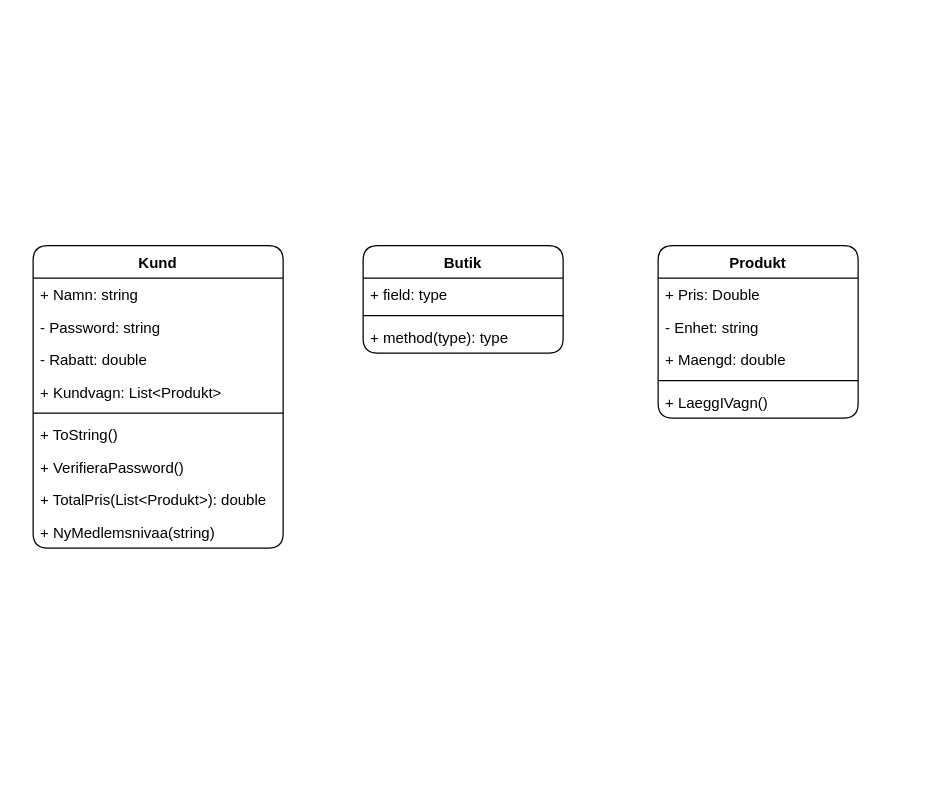
Before: Labb2.drawio in pinkros/Labb2, a draw.io diagram. Source tidied: cells renumbered, new cells numbered last; positions are measured from the earlier drawing's top-left corner, leaving out a move shared by most shapes. Both pictures are drawn from the tidied source at 125%, with x=0, y=0 at pixel (32, 245).
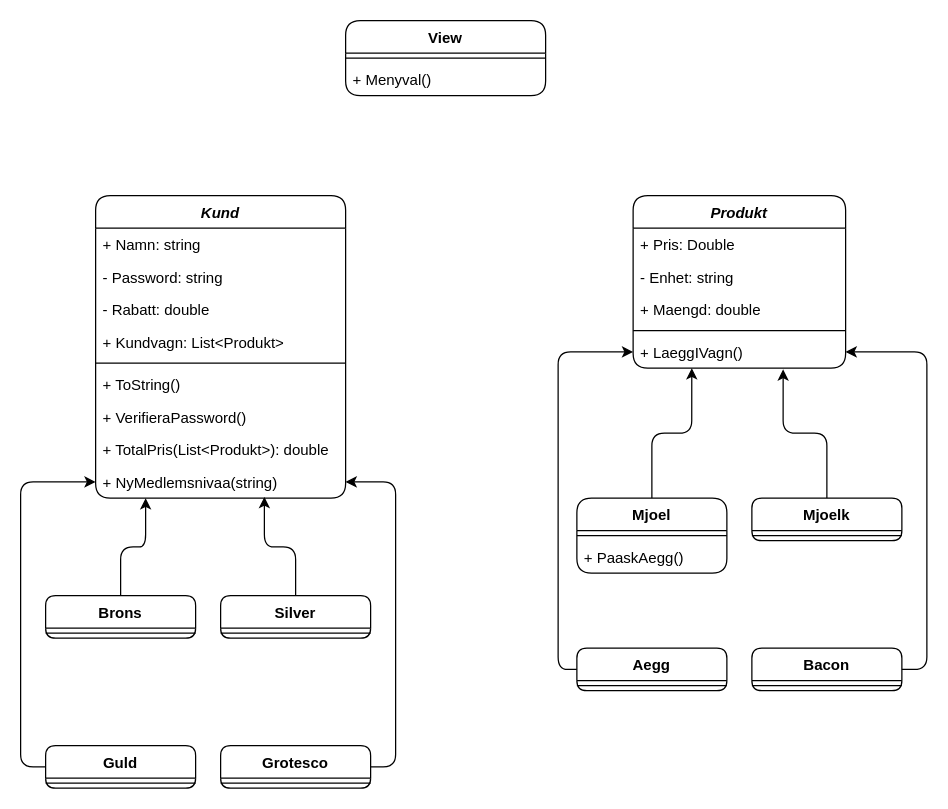
The same page after the edit.

Unchanged cells that the change refers to:
```xml
<mxCell id="21" value="+ NyMedlemsnivaa(string)" style="text;strokeColor=none;fillColor=none;align=left;verticalAlign=top;spacingLeft=4;spacingRight=4;overflow=hidden;points=[[0,0.5],[1,0.5]];portConstraint=eastwest;rounded=1;" parent="12" vertex="1">
  <mxGeometry y="216" width="200" height="26" as="geometry" />
</mxCell>
```

The edit, as a diff of the source:
```diff
@@
-    <mxCell id="2" value="Butik" style="swimlane;fontStyle=1;align=center;verticalAlign=top;horizontal=1;startSize=26;rounded=1;" parent="1" vertex="1">
-      <mxGeometry x="264" width="160" height="86" as="geometry" />
+    <mxCell id="2" value="View" style="swimlane;fontStyle=1;align=center;verticalAlign=top;horizontal=1;startSize=26;rounded=1;" parent="1" vertex="1">
+      <mxGeometry x="250" y="-180" width="160" height="60" as="geometry" />
     </mxCell>
-    <mxCell id="3" value="+ field: type" style="text;strokeColor=none;fillColor=none;align=left;verticalAlign=top;spacingLeft=4;spacingRight=4;overflow=hidden;rounded=1;" parent="2" vertex="1">
-      <mxGeometry y="26" width="160" height="26" as="geometry" />
-    </mxCell>
     <mxCell id="4" style="line;strokeWidth=1;fillColor=none;align=left;verticalAlign=middle;spacingTop=-1;spacingLeft=3;spacingRight=3;labelPosition=right;strokeColor=inherit;rounded=1;" parent="2" vertex="1">
-      <mxGeometry y="52" width="160" height="8" as="geometry" />
+      <mxGeometry y="26" width="160" height="8" as="geometry" />
     </mxCell>
-    <mxCell id="5" value="+ method(type): type" style="text;strokeColor=none;fillColor=none;align=left;verticalAlign=top;spacingLeft=4;spacingRight=4;overflow=hidden;rounded=1;" parent="2" vertex="1">
-      <mxGeometry y="60" width="160" height="26" as="geometry" />
+    <mxCell id="5" value="+ Menyval()" style="text;strokeColor=none;fillColor=none;align=left;verticalAlign=top;spacingLeft=4;spacingRight=4;overflow=hidden;rounded=1;" parent="2" vertex="1">
+      <mxGeometry y="34" width="160" height="26" as="geometry" />
     </mxCell>
-    <mxCell id="6" value="Produkt" style="swimlane;fontStyle=1;align=center;verticalAlign=top;horizontal=1;startSize=26;rounded=1;" parent="1" vertex="1">
-      <mxGeometry x="500" width="160" height="138" as="geometry" />
+    <mxCell id="6" value="Produkt" style="swimlane;fontStyle=3;align=center;verticalAlign=top;horizontal=1;startSize=26;rounded=1;" parent="1" vertex="1">
+      <mxGeometry x="480" y="-40" width="170" height="138" as="geometry" />
     </mxCell>
     <mxCell id="7" value="+ Pris: Double" style="text;strokeColor=none;fillColor=none;align=left;verticalAlign=top;spacingLeft=4;spacingRight=4;overflow=hidden;rounded=1;" parent="6" vertex="1">
-      <mxGeometry y="26" width="160" height="26" as="geometry" />
+      <mxGeometry y="26" width="170" height="26" as="geometry" />
     </mxCell>
     <mxCell id="8" value="- Enhet: string" style="text;strokeColor=none;fillColor=none;align=left;verticalAlign=top;spacingLeft=4;spacingRight=4;overflow=hidden;rounded=1;" parent="6" vertex="1">
-      <mxGeometry y="52" width="160" height="26" as="geometry" />
+      <mxGeometry y="52" width="170" height="26" as="geometry" />
     </mxCell>
     <mxCell id="9" value="+ Maengd: double" style="text;strokeColor=none;fillColor=none;align=left;verticalAlign=top;spacingLeft=4;spacingRight=4;overflow=hidden;rounded=1;" parent="6" vertex="1">
-      <mxGeometry y="78" width="160" height="26" as="geometry" />
+      <mxGeometry y="78" width="170" height="26" as="geometry" />
     </mxCell>
     <mxCell id="10" style="line;strokeWidth=1;fillColor=none;align=left;verticalAlign=middle;spacingTop=-1;spacingLeft=3;spacingRight=3;labelPosition=right;strokeColor=inherit;rounded=1;" parent="6" vertex="1">
-      <mxGeometry y="104" width="160" height="8" as="geometry" />
+      <mxGeometry y="104" width="170" height="8" as="geometry" />
     </mxCell>
     <mxCell id="11" value="+ LaeggIVagn()" style="text;strokeColor=none;fillColor=none;align=left;verticalAlign=top;spacingLeft=4;spacingRight=4;overflow=hidden;points=[[0,0.5],[1,0.5]];portConstraint=eastwest;rounded=1;" parent="6" vertex="1">
-      <mxGeometry y="112" width="160" height="26" as="geometry" />
+      <mxGeometry y="112" width="170" height="26" as="geometry" />
     </mxCell>
-    <mxCell id="12" value="Kund" style="swimlane;fontStyle=1;align=center;verticalAlign=top;horizontal=1;startSize=26;rounded=1;" parent="1" vertex="1">
-      <mxGeometry width="200" height="242" as="geometry" />
+    <mxCell id="12" value="Kund" style="swimlane;fontStyle=3;align=center;verticalAlign=top;horizontal=1;startSize=26;rounded=1;" parent="1" vertex="1">
+      <mxGeometry x="50" y="-40" width="200" height="242" as="geometry" />
     </mxCell>
@@
+    <mxCell id="22" style="edgeStyle=orthogonalEdgeStyle;rounded=1;jettySize=auto;html=1;exitX=0.5;exitY=0;exitDx=0;exitDy=0;entryX=0.2;entryY=1;entryDx=0;entryDy=0;entryPerimeter=0;" parent="1" edge="1" source="23" target="21">
+      <mxGeometry relative="1" as="geometry" />
+    </mxCell>
+    <mxCell id="23" value="Brons" style="swimlane;fontStyle=1;align=center;verticalAlign=top;horizontal=1;startSize=26;rounded=1;" parent="1" vertex="1">
+      <mxGeometry x="10" y="280" width="120" height="34" as="geometry" />
+    </mxCell>
+    <mxCell id="24" style="line;strokeWidth=1;fillColor=none;align=left;verticalAlign=middle;spacingTop=-1;spacingLeft=3;spacingRight=3;labelPosition=right;strokeColor=inherit;rounded=1;" parent="23" vertex="1">
+      <mxGeometry y="26" width="120" height="8" as="geometry" />
+    </mxCell>
+    <mxCell id="25" style="edgeStyle=orthogonalEdgeStyle;rounded=1;jettySize=auto;html=1;exitX=0.5;exitY=0;exitDx=0;exitDy=0;entryX=0.675;entryY=0.962;entryDx=0;entryDy=0;entryPerimeter=0;" parent="1" edge="1" source="26" target="21">
+      <mxGeometry relative="1" as="geometry">
+        <Array as="points">
+          <mxPoint x="210" y="241" />
+          <mxPoint x="185" y="241" />
+        </Array>
+      </mxGeometry>
+    </mxCell>
+    <mxCell id="26" value="Silver" style="swimlane;fontStyle=1;align=center;verticalAlign=top;horizontal=1;startSize=26;rounded=1;" parent="1" vertex="1">
+      <mxGeometry x="150" y="280" width="120" height="34" as="geometry" />
+    </mxCell>
+    <mxCell id="27" style="line;strokeWidth=1;fillColor=none;align=left;verticalAlign=middle;spacingTop=-1;spacingLeft=3;spacingRight=3;labelPosition=right;strokeColor=inherit;rounded=1;" parent="26" vertex="1">
+      <mxGeometry y="26" width="120" height="8" as="geometry" />
+    </mxCell>
+    <mxCell id="28" value="Guld" style="swimlane;fontStyle=1;align=center;verticalAlign=top;horizontal=1;startSize=26;rounded=1;" parent="1" vertex="1">
+      <mxGeometry x="10" y="400" width="120" height="34" as="geometry" />
+    </mxCell>
+    <mxCell id="29" style="line;strokeWidth=1;fillColor=none;align=left;verticalAlign=middle;spacingTop=-1;spacingLeft=3;spacingRight=3;labelPosition=right;strokeColor=inherit;rounded=1;" parent="28" vertex="1">
+      <mxGeometry y="26" width="120" height="8" as="geometry" />
+    </mxCell>
+    <mxCell id="30" style="edgeStyle=orthogonalEdgeStyle;rounded=1;jettySize=auto;html=1;entryX=1;entryY=0.5;entryDx=0;entryDy=0;exitX=1;exitY=0.5;exitDx=0;exitDy=0;" parent="1" edge="1" source="31" target="21">
+      <mxGeometry relative="1" as="geometry">
+        <Array as="points">
+          <mxPoint x="290" y="417" />
+          <mxPoint x="290" y="189" />
+        </Array>
+      </mxGeometry>
+    </mxCell>
+    <mxCell id="31" value="Grotesco" style="swimlane;fontStyle=1;align=center;verticalAlign=top;horizontal=1;startSize=26;rounded=1;" parent="1" vertex="1">
+      <mxGeometry x="150" y="400" width="120" height="34" as="geometry" />
+    </mxCell>
+    <mxCell id="32" style="line;strokeWidth=1;fillColor=none;align=left;verticalAlign=middle;spacingTop=-1;spacingLeft=3;spacingRight=3;labelPosition=right;strokeColor=inherit;rounded=1;" parent="31" vertex="1">
+      <mxGeometry y="26" width="120" height="8" as="geometry" />
+    </mxCell>
+    <mxCell id="33" style="edgeStyle=orthogonalEdgeStyle;rounded=1;jettySize=auto;html=1;entryX=0;entryY=0.5;entryDx=0;entryDy=0;exitX=0;exitY=0.5;exitDx=0;exitDy=0;" parent="1" edge="1" source="28" target="21">
+      <mxGeometry relative="1" as="geometry">
+        <Array as="points">
+          <mxPoint x="-10" y="417" />
+          <mxPoint x="-10" y="189" />
+        </Array>
+      </mxGeometry>
+    </mxCell>
+    <mxCell id="34" style="edgeStyle=orthogonalEdgeStyle;rounded=1;jettySize=auto;html=1;exitX=0.5;exitY=0;exitDx=0;exitDy=0;entryX=0.276;entryY=1;entryDx=0;entryDy=0;entryPerimeter=0;" parent="1" edge="1" source="35" target="11">
+      <mxGeometry relative="1" as="geometry" />
+    </mxCell>
+    <mxCell id="35" value="Mjoel" style="swimlane;fontStyle=1;align=center;verticalAlign=top;horizontal=1;startSize=26;rounded=1;" parent="1" vertex="1">
+      <mxGeometry x="435" y="202" width="120" height="60" as="geometry" />
+    </mxCell>
+    <mxCell id="36" style="line;strokeWidth=1;fillColor=none;align=left;verticalAlign=middle;spacingTop=-1;spacingLeft=3;spacingRight=3;labelPosition=right;strokeColor=inherit;rounded=1;" parent="35" vertex="1">
+      <mxGeometry y="26" width="120" height="8" as="geometry" />
+    </mxCell>
+    <mxCell id="37" value="+ PaaskAegg()" style="text;strokeColor=none;fillColor=none;align=left;verticalAlign=top;spacingLeft=4;spacingRight=4;overflow=hidden;rounded=1;" parent="35" vertex="1">
+      <mxGeometry y="34" width="120" height="26" as="geometry" />
+    </mxCell>
+    <mxCell id="38" style="edgeStyle=orthogonalEdgeStyle;rounded=1;jettySize=auto;html=1;exitX=0.5;exitY=0;exitDx=0;exitDy=0;entryX=0.706;entryY=1.038;entryDx=0;entryDy=0;entryPerimeter=0;" parent="1" edge="1" source="39" target="11">
+      <mxGeometry relative="1" as="geometry" />
+    </mxCell>
+    <mxCell id="39" value="Mjoelk" style="swimlane;fontStyle=1;align=center;verticalAlign=top;horizontal=1;startSize=26;rounded=1;" parent="1" vertex="1">
+      <mxGeometry x="575" y="202" width="120" height="34" as="geometry" />
+    </mxCell>
+    <mxCell id="40" style="line;strokeWidth=1;fillColor=none;align=left;verticalAlign=middle;spacingTop=-1;spacingLeft=3;spacingRight=3;labelPosition=right;strokeColor=inherit;rounded=1;" parent="39" vertex="1">
+      <mxGeometry y="26" width="120" height="8" as="geometry" />
+    </mxCell>
+    <mxCell id="41" style="edgeStyle=orthogonalEdgeStyle;rounded=1;jettySize=auto;html=1;entryX=0;entryY=0.5;entryDx=0;entryDy=0;exitX=0;exitY=0.5;exitDx=0;exitDy=0;" parent="1" edge="1" source="42" target="11">
+      <mxGeometry relative="1" as="geometry">
+        <Array as="points">
+          <mxPoint x="420" y="339" />
+          <mxPoint x="420" y="85" />
+        </Array>
+      </mxGeometry>
+    </mxCell>
+    <mxCell id="42" value="Aegg" style="swimlane;fontStyle=1;align=center;verticalAlign=top;horizontal=1;startSize=26;rounded=1;" parent="1" vertex="1">
+      <mxGeometry x="435" y="322" width="120" height="34" as="geometry" />
+    </mxCell>
+    <mxCell id="43" style="line;strokeWidth=1;fillColor=none;align=left;verticalAlign=middle;spacingTop=-1;spacingLeft=3;spacingRight=3;labelPosition=right;strokeColor=inherit;rounded=1;" parent="42" vertex="1">
+      <mxGeometry y="26" width="120" height="8" as="geometry" />
+    </mxCell>
+    <mxCell id="44" value="Bacon" style="swimlane;fontStyle=1;align=center;verticalAlign=top;horizontal=1;startSize=26;rounded=1;" parent="1" vertex="1">
+      <mxGeometry x="575" y="322" width="120" height="34" as="geometry" />
+    </mxCell>
+    <mxCell id="45" style="line;strokeWidth=1;fillColor=none;align=left;verticalAlign=middle;spacingTop=-1;spacingLeft=3;spacingRight=3;labelPosition=right;strokeColor=inherit;rounded=1;" parent="44" vertex="1">
+      <mxGeometry y="26" width="120" height="8" as="geometry" />
+    </mxCell>
+    <mxCell id="46" style="edgeStyle=orthogonalEdgeStyle;rounded=1;jettySize=auto;html=1;exitX=1;exitY=0.5;exitDx=0;exitDy=0;entryX=1;entryY=0.5;entryDx=0;entryDy=0;" parent="1" edge="1" source="44" target="11">
+      <mxGeometry relative="1" as="geometry" />
+    </mxCell>
```
